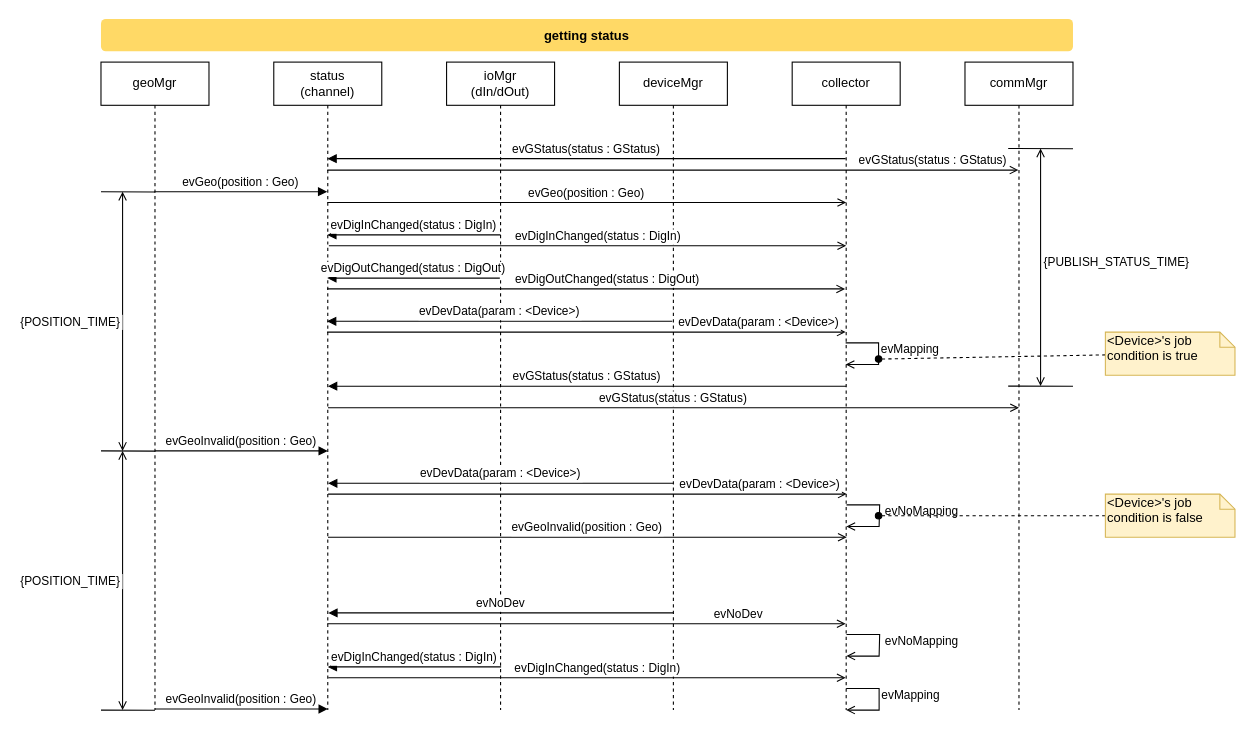
The draw.io diagram page "Collector - getting status" (1 of 4) of models/structure-interaction/collector.drawio in vortexmakes/AgroIoT, before the edit. Source tidied: cells renumbered, new cells numbered last; positions are measured from the earlier drawing's top-left corner, leaving out a move shared by most shapes. Both pictures are drawn from the tidied source at 108%, with x=0, y=0 at pixel (100, 18).
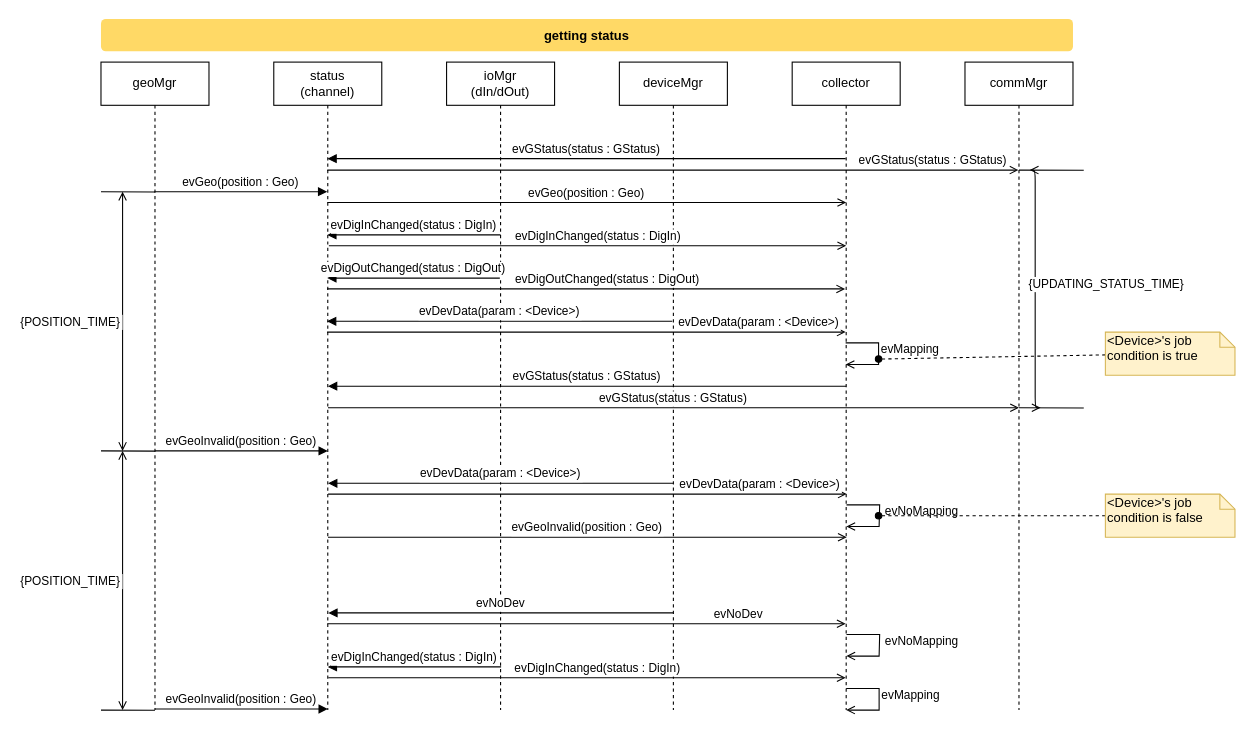
After the change.

What changed in the source:
```diff
@@
     <mxCell id="24" style="edgeStyle=elbowEdgeStyle;elbow=vertical;endArrow=none;" parent="1" edge="1">
-      <mxGeometry x="830" y="70.2" as="geometry">
-        <mxPoint x="900" y="120.2" as="sourcePoint" />
-        <mxPoint x="840" y="120" as="targetPoint" />
+      <mxGeometry x="840" y="90.2" as="geometry">
+        <mxPoint x="910" y="140.2" as="sourcePoint" />
+        <mxPoint x="850" y="140" as="targetPoint" />
       </mxGeometry>
     </mxCell>
     <mxCell id="25" style="edgeStyle=elbowEdgeStyle;elbow=vertical;endArrow=none;" parent="1" edge="1">
-      <mxGeometry x="830" y="290.2" as="geometry">
-        <mxPoint x="900" y="340.2" as="sourcePoint" />
-        <mxPoint x="840" y="340" as="targetPoint" />
+      <mxGeometry x="840" y="310.2" as="geometry">
+        <mxPoint x="910" y="360.2" as="sourcePoint" />
+        <mxPoint x="850" y="360" as="targetPoint" />
       </mxGeometry>
     </mxCell>
-    <mxCell id="26" value="{PUBLISH_STATUS_TIME}" style="edgeStyle=elbowEdgeStyle;elbow=horizontal;startArrow=open;endArrow=open;labelPosition=left;align=right;" parent="1" edge="1">
-      <mxGeometry as="geometry">
-        <mxPoint x="870" y="120" as="sourcePoint" />
-        <mxPoint x="870" y="340" as="targetPoint" />
+    <mxCell id="26" value="{UPDATING_STATUS_TIME}" style="edgeStyle=elbowEdgeStyle;elbow=horizontal;startArrow=open;endArrow=open;labelPosition=left;align=right;" parent="1" edge="1">
+      <mxGeometry x="-10" y="20" as="geometry">
+        <mxPoint x="860" y="140" as="sourcePoint" />
+        <mxPoint x="870" y="360" as="targetPoint" />
         <mxPoint x="140" y="-5" as="offset" />
       </mxGeometry>
     </mxCell>
```
